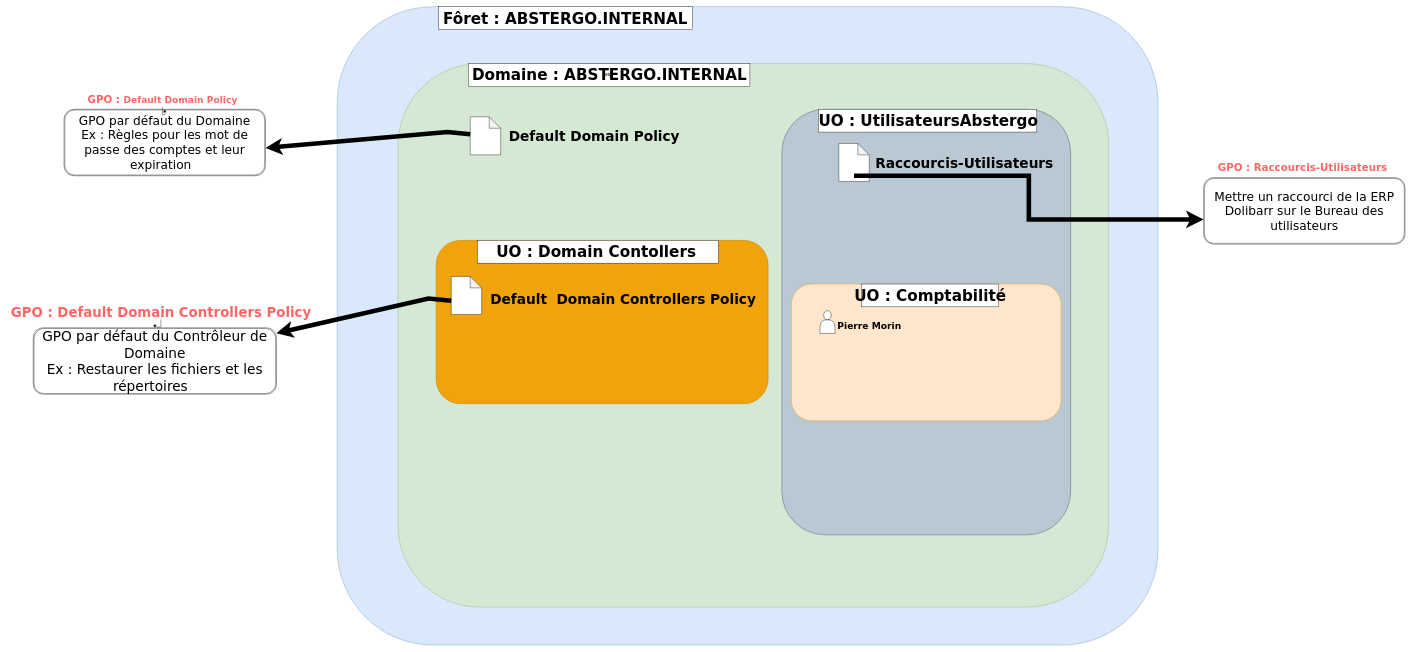
Above: Vue_administration.drawio in CharifMah/AbstergoAnimus (draw.io), before the change. Source tidied: cells renumbered, new cells numbered last; positions are measured from the earlier drawing's top-left corner, leaving out a move shared by most shapes. Both pictures are drawn from the tidied source at 38%, with x=0, y=0 at pixel (33, 6).
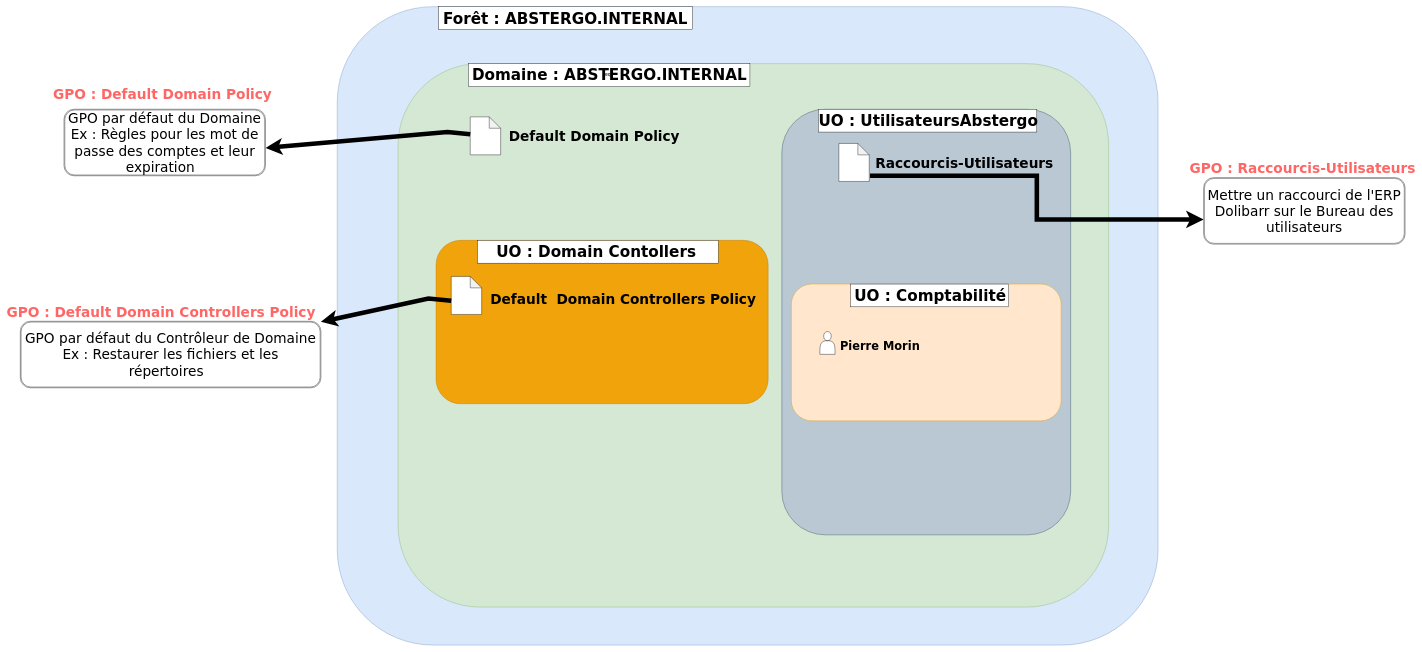
Above is the later version.

Commit message:
Mettre à jour Vue_administration.drawio

What changed in the source:
```diff
@@
-    <mxCell id="4" value="&lt;font style=&quot;font-size: 40px;&quot;&gt;Fôret : ABSTERGO.INTERNAL&lt;/font&gt;" style="text;strokeColor=none;fillColor=none;html=1;fontSize=24;fontStyle=1;verticalAlign=middle;align=center;fontFamily=Verdana;" parent="1" vertex="1">
+    <mxCell id="4" value="&lt;font style=&quot;font-size: 40px;&quot;&gt;Forêt : ABSTERGO.INTERNAL&lt;/font&gt;" style="text;strokeColor=none;fillColor=none;html=1;fontSize=24;fontStyle=1;verticalAlign=middle;align=center;fontFamily=Verdana;" parent="1" vertex="1">
       <mxGeometry x="1170" y="10" width="460" height="40" as="geometry" />
     </mxCell>
@@
     <mxCell id="19" style="rounded=0;whiteSpace=wrap;html=1;fontFamily=Verdana;" parent="1" vertex="1">
-      <mxGeometry x="2180" y="730" width="360" height="60" as="geometry" />
+      <mxGeometry x="2151" y="730" width="416" height="60" as="geometry" />
     </mxCell>
@@
-    <mxCell id="23" value="Pierre Morin" style="text;strokeColor=none;fillColor=none;html=1;fontSize=24;fontStyle=1;verticalAlign=middle;align=center;fontFamily=Verdana;" parent="1" vertex="1">
-      <mxGeometry x="2150" y="820" width="100" height="40" as="geometry" />
+    <mxCell id="23" value="&lt;font style=&quot;font-size: 30px;&quot;&gt;Pierre Morin&lt;/font&gt;" style="text;strokeColor=none;fillColor=none;html=1;fontSize=24;fontStyle=1;verticalAlign=middle;align=center;fontFamily=Verdana;" parent="1" vertex="1">
+      <mxGeometry x="2178" y="873" width="100" height="40" as="geometry" />
     </mxCell>
     <mxCell id="24" style="shape=actor;whiteSpace=wrap;html=1;fontFamily=Verdana;" parent="1" vertex="1">
-      <mxGeometry x="2070" y="800" width="40" height="60" as="geometry" />
+      <mxGeometry x="2070" y="855" width="40" height="60" as="geometry" />
     </mxCell>
     <mxCell id="25" style="edgeStyle=elbowEdgeStyle;elbow=horizontal;endArrow=classic;html=1;curved=0;rounded=0;endSize=8;startSize=8;strokeWidth=12;fontFamily=Verdana;" parent="1" edge="1">
       <mxGeometry relative="1" as="geometry">
-        <mxPoint x="2160" y="445" as="sourcePoint" />
+        <mxPoint x="2202" y="445" as="sourcePoint" />
         <mxPoint x="3080" y="560" as="targetPoint" />
       </mxGeometry>
     </mxCell>
-    <mxCell id="26" value="&lt;font style=&quot;&quot;&gt;&lt;font style=&quot;font-size: 32px;&quot;&gt;Mettre un raccourci de la ERP Dolibarr sur le Bureau des utilisateurs&lt;/font&gt;&lt;br&gt;&lt;/font&gt;" style="shape=ext;double=1;rounded=1;whiteSpace=wrap;html=1;fontFamily=Verdana;" parent="1" vertex="1">
+    <mxCell id="26" value="&lt;font style=&quot;&quot;&gt;&lt;font style=&quot;font-size: 36px;&quot;&gt;Mettre un raccourci de l'ERP Dolibarr sur le Bureau des utilisateurs&lt;/font&gt;&lt;br&gt;&lt;/font&gt;" style="shape=ext;double=1;rounded=1;whiteSpace=wrap;html=1;fontFamily=Verdana;" parent="1" vertex="1">
       <mxGeometry x="3080" y="450" width="530" height="175" as="geometry" />
     </mxCell>
-    <mxCell id="27" value="&lt;font color=&quot;#ff6666&quot; style=&quot;font-size: 27px;&quot;&gt;GPO : Raccourcis-Utilisateurs&lt;/font&gt;" style="text;strokeColor=none;fillColor=none;html=1;fontSize=24;fontStyle=1;verticalAlign=middle;align=center;fontFamily=Verdana;" parent="1" vertex="1">
+    <mxCell id="27" value="&lt;font color=&quot;#ff6666&quot; style=&quot;font-size: 36px;&quot;&gt;GPO : Raccourcis-Utilisateurs&lt;/font&gt;" style="text;strokeColor=none;fillColor=none;html=1;fontSize=24;fontStyle=1;verticalAlign=middle;align=center;fontFamily=Verdana;" parent="1" vertex="1">
       <mxGeometry x="3290" y="405" width="100" height="40" as="geometry" />
     </mxCell>
-    <mxCell id="28" value="&lt;font style=&quot;&quot;&gt;&lt;font style=&quot;font-size: 32px;&quot;&gt;GPO par défaut du Domaine&lt;br&gt;Ex : Règles pour les mot de passe des comptes et leur expiration&amp;nbsp;&amp;nbsp;&lt;/font&gt;&lt;br&gt;&lt;/font&gt;" style="shape=ext;double=1;rounded=1;whiteSpace=wrap;html=1;fontFamily=Verdana;" parent="1" vertex="1">
+    <mxCell id="28" value="&lt;font style=&quot;font-size: 36px;&quot;&gt;&lt;font style=&quot;font-size: 36px;&quot;&gt;GPO par défaut du Domaine&lt;br&gt;Ex : Règles pour les mot de passe des comptes et leur expiration&amp;nbsp;&amp;nbsp;&lt;/font&gt;&lt;br&gt;&lt;/font&gt;" style="shape=ext;double=1;rounded=1;whiteSpace=wrap;html=1;fontFamily=Verdana;" parent="1" vertex="1">
       <mxGeometry x="81" y="270" width="530" height="175" as="geometry" />
     </mxCell>
-    <mxCell id="29" style="edgeStyle=orthogonalEdgeStyle;rounded=0;jettySize=auto;html=1;fontFamily=Verdana;" parent="1" edge="1" source="30" target="28">
-      <mxGeometry relative="1" as="geometry" />
-    </mxCell>
-    <mxCell id="30" value="&lt;font color=&quot;#ff6666&quot;&gt;&lt;font style=&quot;font-size: 27px;&quot;&gt;GPO :&amp;nbsp;&lt;/font&gt;Default Domain Policy&lt;/font&gt;" style="text;strokeColor=none;fillColor=none;html=1;fontSize=24;fontStyle=1;verticalAlign=middle;align=center;fontFamily=Verdana;" parent="1" vertex="1">
-      <mxGeometry x="290" y="225" width="100" height="40" as="geometry" />
+    <mxCell id="30" value="&lt;font style=&quot;font-size: 36px;&quot; color=&quot;#ff6666&quot;&gt;&lt;font style=&quot;font-size: 36px;&quot;&gt;GPO :&amp;nbsp;&lt;/font&gt;Default Domain Policy&lt;/font&gt;" style="text;strokeColor=none;fillColor=none;html=1;fontSize=24;fontStyle=1;verticalAlign=middle;align=center;fontFamily=Verdana;" parent="1" vertex="1">
+      <mxGeometry x="290" y="210" width="100" height="40" as="geometry" />
     </mxCell>
@@
     <mxCell id="32" value="&lt;font style=&quot;font-size: 36px;&quot;&gt;&lt;font style=&quot;font-size: 36px;&quot;&gt;GPO par défaut du Contrôleur de Domaine&lt;br&gt;Ex : Restaurer les fichiers et les répertoires&amp;nbsp;&amp;nbsp;&lt;/font&gt;&lt;br&gt;&lt;/font&gt;" style="shape=ext;double=1;rounded=1;whiteSpace=wrap;html=1;perimeterSpacing=0;fontFamily=Verdana;" parent="1" vertex="1">
-      <mxGeometry y="845" width="640" height="175" as="geometry" />
+      <mxGeometry x="-34" y="828" width="791" height="175" as="geometry" />
     </mxCell>
-    <mxCell id="33" style="edgeStyle=orthogonalEdgeStyle;rounded=0;jettySize=auto;html=1;fontFamily=Verdana;" parent="1" edge="1" source="34" target="32">
-      <mxGeometry relative="1" as="geometry" />
-    </mxCell>
-    <mxCell id="34" value="&lt;font style=&quot;font-size: 35px;&quot; color=&quot;#ff6666&quot;&gt;&lt;font style=&quot;font-size: 35px;&quot;&gt;GPO :&amp;nbsp;&lt;/font&gt;Default Domain Controllers Policy&lt;/font&gt;" style="text;strokeColor=none;fillColor=none;html=1;fontSize=24;fontStyle=1;verticalAlign=middle;align=center;fontFamily=Verdana;" parent="1" vertex="1">
+    <mxCell id="34" value="&lt;font style=&quot;font-size: 36px;&quot; color=&quot;#ff6666&quot;&gt;&lt;font style=&quot;font-size: 36px;&quot;&gt;GPO :&amp;nbsp;&lt;/font&gt;Default Domain Controllers Policy&lt;/font&gt;" style="text;strokeColor=none;fillColor=none;html=1;fontSize=24;fontStyle=1;verticalAlign=middle;align=center;fontFamily=Verdana;" parent="1" vertex="1">
       <mxGeometry x="286" y="783" width="100" height="40" as="geometry" />
     </mxCell>
```
